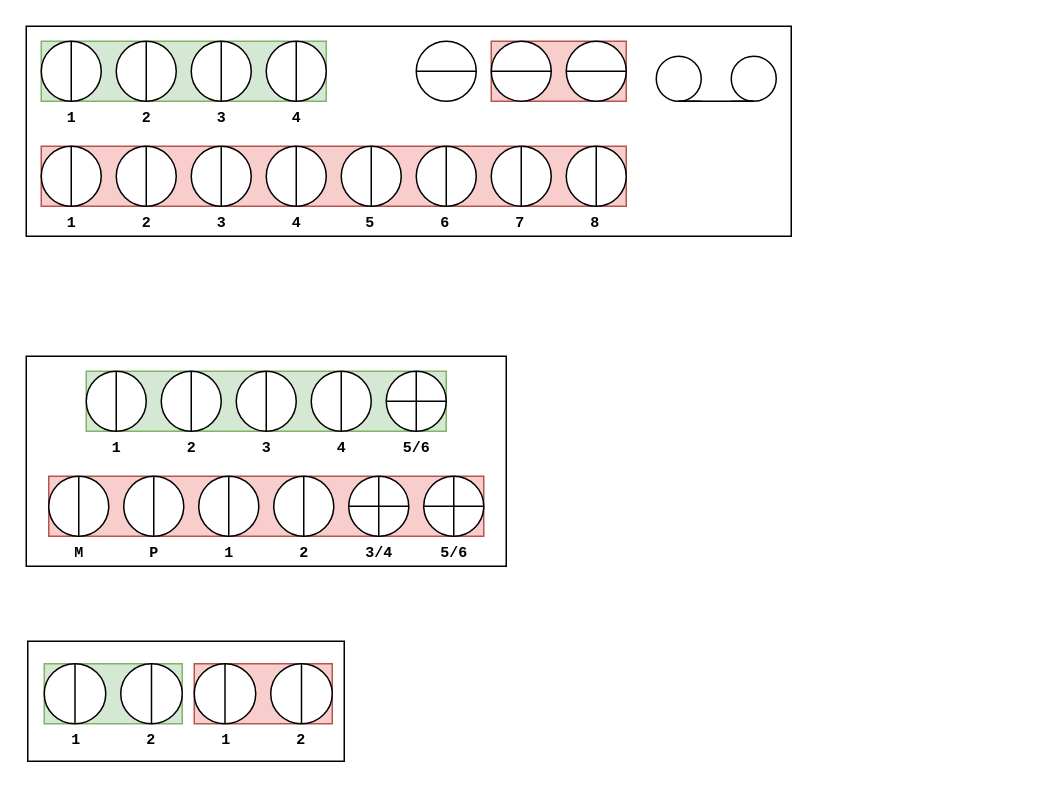
The draw.io diagram mixtape.drawio in pfig/transmission, before the edit. Source tidied: cells renumbered, new cells numbered last; positions are measured from the earlier drawing's top-left corner, leaving out a move shared by most shapes. Both pictures are drawn from the tidied source at 150%, with x=0, y=0 at pixel (26, 26).
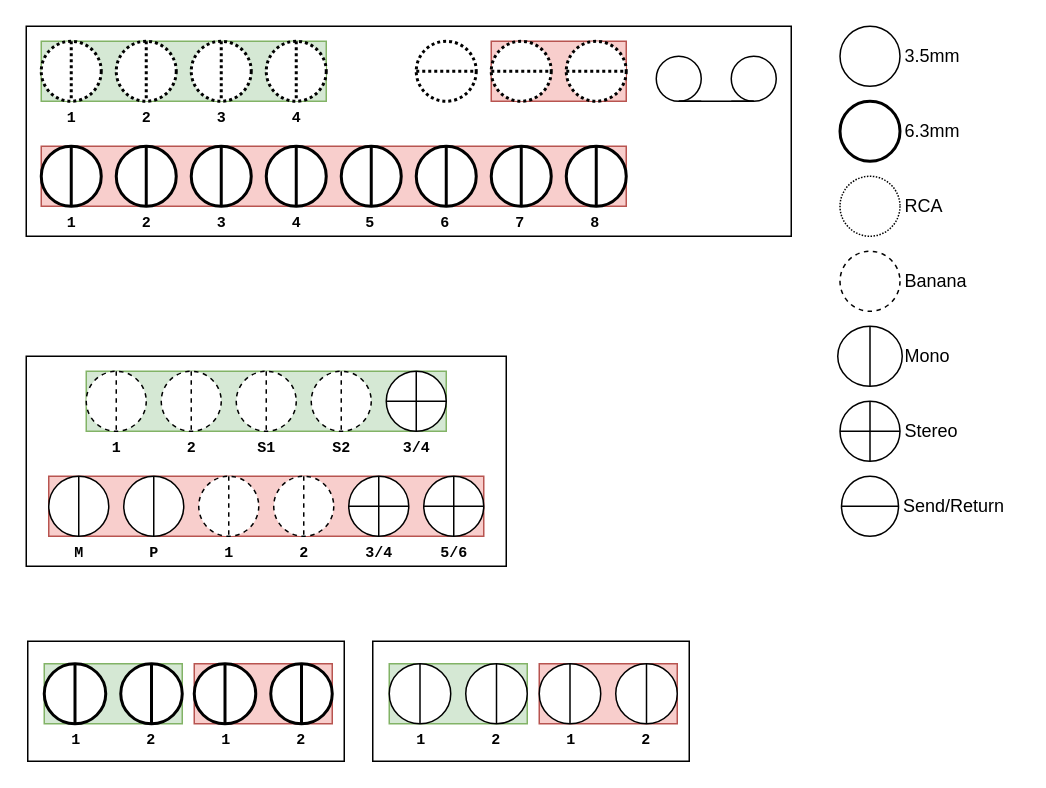
The same diagram, later.

Commit message:
Different types of jacks

Unchanged cells that the change refers to:
```xml
<mxCell id="4" style="group;" parent="2" vertex="1">
  <mxGeometry x="10" y="10" width="490" height="130" as="geometry" />
</mxCell>
<mxCell id="10" style="group;fillColor=#f8cecc;strokeColor=#b85450;" parent="4" vertex="1">
  <mxGeometry x="300" width="90" height="40" as="geometry" />
</mxCell>
<mxCell id="15" style="group;fillColor=#d5e8d4;strokeColor=#82b366;" parent="13" vertex="1">
  <mxGeometry width="190" height="40" as="geometry" />
</mxCell>
<mxCell id="24" style="group;fillColor=#f8cecc;strokeColor=#b85450;" parent="23" vertex="1">
  <mxGeometry width="390" height="40" as="geometry" />
</mxCell>
<mxCell id="50" style="group;fillColor=#f8cecc;strokeColor=#b85450;" parent="43" vertex="1">
  <mxGeometry width="290" height="40" as="geometry" />
</mxCell>
<mxCell id="57" style="group;" parent="41" vertex="1">
  <mxGeometry x="40" y="10" width="240" height="60" as="geometry" />
</mxCell>
<mxCell id="63" style="group;fillColor=#d5e8d4;strokeColor=#82b366;" parent="57" vertex="1">
  <mxGeometry width="240" height="40" as="geometry" />
</mxCell>
<mxCell id="73" style="group;fillColor=#d5e8d4;strokeColor=#82b366;" parent="72" vertex="1">
  <mxGeometry width="92" height="40" as="geometry" />
</mxCell>
<mxCell id="79" style="group;fillColor=#f8cecc;strokeColor=#b85450;" parent="78" vertex="1">
  <mxGeometry width="92" height="40" as="geometry" />
</mxCell>
```

What changed in the source:
```diff
@@
-    <mxCell id="9" style="shape=lineEllipse;line=horizontal;perimeter=ellipsePerimeter;whiteSpace=wrap;html=1;backgroundOutline=1;" parent="4" vertex="1">
+    <mxCell id="9" style="shape=lineEllipse;line=horizontal;perimeter=ellipsePerimeter;whiteSpace=wrap;html=1;backgroundOutline=1;strokeWidth=2;dashed=1;dashPattern=1 1;" parent="4" vertex="1">
       <mxGeometry x="250" width="40" height="40" as="geometry" />
     </mxCell>
@@
-    <mxCell id="11" style="shape=lineEllipse;line=horizontal;perimeter=ellipsePerimeter;whiteSpace=wrap;html=1;backgroundOutline=1;" parent="10" vertex="1">
+    <mxCell id="11" style="shape=lineEllipse;line=horizontal;perimeter=ellipsePerimeter;whiteSpace=wrap;html=1;backgroundOutline=1;strokeWidth=2;dashed=1;dashPattern=1 1;" parent="10" vertex="1">
       <mxGeometry x="50" width="40" height="40" as="geometry" />
     </mxCell>
-    <mxCell id="12" style="shape=lineEllipse;line=horizontal;perimeter=ellipsePerimeter;whiteSpace=wrap;html=1;backgroundOutline=1;" parent="10" vertex="1">
+    <mxCell id="12" style="shape=lineEllipse;line=horizontal;perimeter=ellipsePerimeter;whiteSpace=wrap;html=1;backgroundOutline=1;strokeWidth=2;dashed=1;dashPattern=1 1;" parent="10" vertex="1">
       <mxGeometry width="40" height="40" as="geometry" />
     </mxCell>
@@
-    <mxCell id="16" style="shape=lineEllipse;line=vertical;perimeter=ellipsePerimeter;whiteSpace=wrap;html=1;backgroundOutline=1;" parent="15" vertex="1">
+    <mxCell id="16" style="shape=lineEllipse;line=vertical;perimeter=ellipsePerimeter;whiteSpace=wrap;html=1;backgroundOutline=1;strokeWidth=2;dashed=1;dashPattern=1 1;" parent="15" vertex="1">
       <mxGeometry width="40" height="40" as="geometry" />
     </mxCell>
-    <mxCell id="17" style="shape=lineEllipse;line=vertical;perimeter=ellipsePerimeter;whiteSpace=wrap;html=1;backgroundOutline=1;" parent="15" vertex="1">
+    <mxCell id="17" style="shape=lineEllipse;line=vertical;perimeter=ellipsePerimeter;whiteSpace=wrap;html=1;backgroundOutline=1;strokeWidth=2;dashed=1;dashPattern=1 1;" parent="15" vertex="1">
       <mxGeometry x="50" width="40" height="40" as="geometry" />
     </mxCell>
-    <mxCell id="18" style="shape=lineEllipse;line=vertical;perimeter=ellipsePerimeter;whiteSpace=wrap;html=1;backgroundOutline=1;" parent="15" vertex="1">
+    <mxCell id="18" style="shape=lineEllipse;line=vertical;perimeter=ellipsePerimeter;whiteSpace=wrap;html=1;backgroundOutline=1;strokeWidth=2;dashed=1;dashPattern=1 1;" parent="15" vertex="1">
       <mxGeometry x="100" width="40" height="40" as="geometry" />
     </mxCell>
-    <mxCell id="19" style="shape=lineEllipse;line=vertical;perimeter=ellipsePerimeter;whiteSpace=wrap;html=1;backgroundOutline=1;" parent="15" vertex="1">
+    <mxCell id="19" style="shape=lineEllipse;line=vertical;perimeter=ellipsePerimeter;whiteSpace=wrap;html=1;backgroundOutline=1;strokeWidth=2;dashed=1;dashPattern=1 1;" parent="15" vertex="1">
       <mxGeometry x="150" width="40" height="40" as="geometry" />
     </mxCell>
@@
-    <mxCell id="25" style="shape=lineEllipse;line=vertical;perimeter=ellipsePerimeter;whiteSpace=wrap;html=1;backgroundOutline=1;" parent="24" vertex="1">
+    <mxCell id="25" style="shape=lineEllipse;line=vertical;perimeter=ellipsePerimeter;whiteSpace=wrap;html=1;backgroundOutline=1;strokeWidth=2;" parent="24" vertex="1">
       <mxGeometry width="40" height="40" as="geometry" />
     </mxCell>
-    <mxCell id="26" style="shape=lineEllipse;line=vertical;perimeter=ellipsePerimeter;whiteSpace=wrap;html=1;backgroundOutline=1;" parent="24" vertex="1">
+    <mxCell id="26" style="shape=lineEllipse;line=vertical;perimeter=ellipsePerimeter;whiteSpace=wrap;html=1;backgroundOutline=1;strokeWidth=2;" parent="24" vertex="1">
       <mxGeometry x="50" width="40" height="40" as="geometry" />
     </mxCell>
-    <mxCell id="27" style="shape=lineEllipse;line=vertical;perimeter=ellipsePerimeter;whiteSpace=wrap;html=1;backgroundOutline=1;" parent="24" vertex="1">
+    <mxCell id="27" style="shape=lineEllipse;line=vertical;perimeter=ellipsePerimeter;whiteSpace=wrap;html=1;backgroundOutline=1;strokeWidth=2;" parent="24" vertex="1">
       <mxGeometry x="100" width="40" height="40" as="geometry" />
     </mxCell>
-    <mxCell id="28" style="shape=lineEllipse;line=vertical;perimeter=ellipsePerimeter;whiteSpace=wrap;html=1;backgroundOutline=1;" parent="24" vertex="1">
+    <mxCell id="28" style="shape=lineEllipse;line=vertical;perimeter=ellipsePerimeter;whiteSpace=wrap;html=1;backgroundOutline=1;strokeWidth=2;" parent="24" vertex="1">
       <mxGeometry x="350" width="40" height="40" as="geometry" />
     </mxCell>
-    <mxCell id="29" style="shape=lineEllipse;line=vertical;perimeter=ellipsePerimeter;whiteSpace=wrap;html=1;backgroundOutline=1;" parent="24" vertex="1">
+    <mxCell id="29" style="shape=lineEllipse;line=vertical;perimeter=ellipsePerimeter;whiteSpace=wrap;html=1;backgroundOutline=1;strokeWidth=2;" parent="24" vertex="1">
       <mxGeometry x="150" width="40" height="40" as="geometry" />
     </mxCell>
-    <mxCell id="30" style="shape=lineEllipse;line=vertical;perimeter=ellipsePerimeter;whiteSpace=wrap;html=1;backgroundOutline=1;" parent="24" vertex="1">
+    <mxCell id="30" style="shape=lineEllipse;line=vertical;perimeter=ellipsePerimeter;whiteSpace=wrap;html=1;backgroundOutline=1;strokeWidth=2;" parent="24" vertex="1">
       <mxGeometry x="300" width="40" height="40" as="geometry" />
     </mxCell>
-    <mxCell id="31" style="shape=lineEllipse;line=vertical;perimeter=ellipsePerimeter;whiteSpace=wrap;html=1;backgroundOutline=1;" parent="24" vertex="1">
+    <mxCell id="31" style="shape=lineEllipse;line=vertical;perimeter=ellipsePerimeter;whiteSpace=wrap;html=1;backgroundOutline=1;strokeWidth=2;" parent="24" vertex="1">
       <mxGeometry x="250" width="40" height="40" as="geometry" />
     </mxCell>
-    <mxCell id="32" style="shape=lineEllipse;line=vertical;perimeter=ellipsePerimeter;whiteSpace=wrap;html=1;backgroundOutline=1;" parent="24" vertex="1">
+    <mxCell id="32" style="shape=lineEllipse;line=vertical;perimeter=ellipsePerimeter;whiteSpace=wrap;html=1;backgroundOutline=1;strokeWidth=2;" parent="24" vertex="1">
       <mxGeometry x="200" width="40" height="40" as="geometry" />
     </mxCell>
@@
-    <mxCell id="55" style="shape=lineEllipse;line=vertical;perimeter=ellipsePerimeter;whiteSpace=wrap;html=1;backgroundOutline=1;" parent="50" vertex="1">
+    <mxCell id="55" style="shape=lineEllipse;line=vertical;perimeter=ellipsePerimeter;whiteSpace=wrap;html=1;backgroundOutline=1;dashed=1;" parent="50" vertex="1">
       <mxGeometry x="100" width="40" height="40" as="geometry" />
     </mxCell>
-    <mxCell id="56" style="shape=lineEllipse;line=vertical;perimeter=ellipsePerimeter;whiteSpace=wrap;html=1;backgroundOutline=1;" parent="50" vertex="1">
+    <mxCell id="56" style="shape=lineEllipse;line=vertical;perimeter=ellipsePerimeter;whiteSpace=wrap;html=1;backgroundOutline=1;dashed=1;" parent="50" vertex="1">
       <mxGeometry x="150" width="40" height="40" as="geometry" />
     </mxCell>
@@
-    <mxCell id="59" value="&lt;font style=&quot;font-size: 10px&quot; face=&quot;Courier New&quot;&gt;&lt;b&gt;5/6&lt;/b&gt;&lt;/font&gt;" style="text;html=1;align=center;verticalAlign=middle;fillColor=none;strokeColor=none;rounded=0;" parent="57" vertex="1">
+    <mxCell id="59" value="&lt;font style=&quot;font-size: 10px&quot; face=&quot;Courier New&quot;&gt;&lt;b&gt;3/4&lt;/b&gt;&lt;/font&gt;" style="text;html=1;align=center;verticalAlign=middle;fillColor=none;strokeColor=none;rounded=0;" parent="57" vertex="1">
       <mxGeometry x="205" y="40" width="30" height="20" as="geometry" />
     </mxCell>
@@
-    <mxCell id="61" value="&lt;font style=&quot;font-size: 10px&quot;&gt;&lt;b&gt;&lt;font style=&quot;font-size: 10px&quot; face=&quot;Courier New&quot;&gt;3&lt;/font&gt;&lt;/b&gt;&lt;/font&gt;" style="text;html=1;align=center;verticalAlign=middle;fillColor=none;strokeColor=none;rounded=0;" parent="57" vertex="1">
-      <mxGeometry x="110" y="40" width="20" height="20" as="geometry" />
+    <mxCell id="61" value="&lt;font style=&quot;font-size: 10px&quot; face=&quot;Courier New&quot;&gt;&lt;b&gt;S1&lt;/b&gt;&lt;/font&gt;" style="text;html=1;align=center;verticalAlign=middle;fillColor=none;strokeColor=none;rounded=0;" parent="57" vertex="1">
+      <mxGeometry x="105" y="40" width="30" height="20" as="geometry" />
     </mxCell>
-    <mxCell id="62" value="&lt;font style=&quot;font-size: 10px&quot; face=&quot;Courier New&quot;&gt;&lt;b&gt;4&lt;/b&gt;&lt;/font&gt;" style="text;html=1;align=center;verticalAlign=middle;fillColor=none;strokeColor=none;rounded=0;" parent="57" vertex="1">
-      <mxGeometry x="160" y="40" width="20" height="20" as="geometry" />
+    <mxCell id="62" value="&lt;font style=&quot;font-size: 10px&quot; face=&quot;Courier New&quot;&gt;&lt;b&gt;S2&lt;/b&gt;&lt;/font&gt;" style="text;html=1;align=center;verticalAlign=middle;fillColor=none;strokeColor=none;rounded=0;" parent="57" vertex="1">
+      <mxGeometry x="155" y="40" width="30" height="20" as="geometry" />
     </mxCell>
@@
-    <mxCell id="65" style="shape=lineEllipse;line=vertical;perimeter=ellipsePerimeter;whiteSpace=wrap;html=1;backgroundOutline=1;" parent="63" vertex="1">
+    <mxCell id="65" style="shape=lineEllipse;line=vertical;perimeter=ellipsePerimeter;whiteSpace=wrap;html=1;backgroundOutline=1;dashed=1;" parent="63" vertex="1">
       <mxGeometry width="40" height="40" as="geometry" />
     </mxCell>
-    <mxCell id="66" style="shape=lineEllipse;line=vertical;perimeter=ellipsePerimeter;whiteSpace=wrap;html=1;backgroundOutline=1;" parent="63" vertex="1">
+    <mxCell id="66" style="shape=lineEllipse;line=vertical;perimeter=ellipsePerimeter;whiteSpace=wrap;html=1;backgroundOutline=1;dashed=1;" parent="63" vertex="1">
       <mxGeometry x="50" width="40" height="40" as="geometry" />
     </mxCell>
-    <mxCell id="67" style="shape=lineEllipse;line=vertical;perimeter=ellipsePerimeter;whiteSpace=wrap;html=1;backgroundOutline=1;" parent="63" vertex="1">
+    <mxCell id="67" style="shape=lineEllipse;line=vertical;perimeter=ellipsePerimeter;whiteSpace=wrap;html=1;backgroundOutline=1;dashed=1;" parent="63" vertex="1">
       <mxGeometry x="100" width="40" height="40" as="geometry" />
     </mxCell>
-    <mxCell id="68" style="shape=lineEllipse;line=vertical;perimeter=ellipsePerimeter;whiteSpace=wrap;html=1;backgroundOutline=1;" parent="63" vertex="1">
+    <mxCell id="68" style="shape=lineEllipse;line=vertical;perimeter=ellipsePerimeter;whiteSpace=wrap;html=1;backgroundOutline=1;dashed=1;" parent="63" vertex="1">
       <mxGeometry x="150" width="40" height="40" as="geometry" />
     </mxCell>
@@
-    <mxCell id="74" style="shape=lineEllipse;line=vertical;perimeter=ellipsePerimeter;whiteSpace=wrap;html=1;backgroundOutline=1;" parent="73" vertex="1">
+    <mxCell id="74" style="shape=lineEllipse;line=vertical;perimeter=ellipsePerimeter;whiteSpace=wrap;html=1;backgroundOutline=1;strokeWidth=2;" parent="73" vertex="1">
       <mxGeometry width="41" height="40" as="geometry" />
     </mxCell>
-    <mxCell id="75" style="shape=lineEllipse;line=vertical;perimeter=ellipsePerimeter;whiteSpace=wrap;html=1;backgroundOutline=1;" parent="73" vertex="1">
+    <mxCell id="75" style="shape=lineEllipse;line=vertical;perimeter=ellipsePerimeter;whiteSpace=wrap;html=1;backgroundOutline=1;strokeWidth=2;" parent="73" vertex="1">
       <mxGeometry x="51" width="41" height="40" as="geometry" />
     </mxCell>
@@
-    <mxCell id="80" style="shape=lineEllipse;line=vertical;perimeter=ellipsePerimeter;whiteSpace=wrap;html=1;backgroundOutline=1;" parent="79" vertex="1">
+    <mxCell id="80" style="shape=lineEllipse;line=vertical;perimeter=ellipsePerimeter;whiteSpace=wrap;html=1;backgroundOutline=1;strokeWidth=2;" parent="79" vertex="1">
       <mxGeometry width="41" height="40" as="geometry" />
     </mxCell>
-    <mxCell id="81" style="shape=lineEllipse;line=vertical;perimeter=ellipsePerimeter;whiteSpace=wrap;html=1;backgroundOutline=1;" parent="79" vertex="1">
+    <mxCell id="81" style="shape=lineEllipse;line=vertical;perimeter=ellipsePerimeter;whiteSpace=wrap;html=1;backgroundOutline=1;strokeWidth=2;" parent="79" vertex="1">
       <mxGeometry x="51" width="41" height="40" as="geometry" />
     </mxCell>
@@
+    <mxCell id="84" style="group;" parent="1" vertex="1">
+      <mxGeometry x="231" y="410" width="211" height="80" as="geometry" />
+    </mxCell>
+    <mxCell id="85" style="rounded=0;whiteSpace=wrap;html=1;" parent="84" vertex="1">
+      <mxGeometry width="211" height="80" as="geometry" />
+    </mxCell>
+    <mxCell id="86" style="group;" parent="84" vertex="1">
+      <mxGeometry x="11" y="15" width="192" height="60" as="geometry" />
+    </mxCell>
+    <mxCell id="87" style="group;" parent="86" vertex="1">
+      <mxGeometry width="92" height="60" as="geometry" />
+    </mxCell>
+    <mxCell id="88" style="group;fillColor=#d5e8d4;strokeColor=#82b366;" parent="87" vertex="1">
+      <mxGeometry width="92" height="40" as="geometry" />
+    </mxCell>
+    <mxCell id="89" style="shape=lineEllipse;line=vertical;perimeter=ellipsePerimeter;whiteSpace=wrap;html=1;backgroundOutline=1;strokeWidth=1;" parent="88" vertex="1">
+      <mxGeometry width="41" height="40" as="geometry" />
+    </mxCell>
+    <mxCell id="90" style="shape=lineEllipse;line=vertical;perimeter=ellipsePerimeter;whiteSpace=wrap;html=1;backgroundOutline=1;strokeWidth=1;" parent="88" vertex="1">
+      <mxGeometry x="51" width="41" height="40" as="geometry" />
+    </mxCell>
+    <mxCell id="91" value="&lt;font style=&quot;font-size: 10px&quot; face=&quot;Courier New&quot;&gt;&lt;b&gt;1&lt;/b&gt;&lt;/font&gt;" style="text;html=1;align=center;verticalAlign=middle;fillColor=none;strokeColor=none;rounded=0;" parent="87" vertex="1">
+      <mxGeometry x="11" y="40" width="20" height="20" as="geometry" />
+    </mxCell>
+    <mxCell id="92" value="&lt;font style=&quot;font-size: 10px&quot; face=&quot;Courier New&quot;&gt;&lt;b&gt;2&lt;/b&gt;&lt;/font&gt;" style="text;html=1;align=center;verticalAlign=middle;fillColor=none;strokeColor=none;rounded=0;" parent="87" vertex="1">
+      <mxGeometry x="61" y="40" width="20" height="20" as="geometry" />
+    </mxCell>
+    <mxCell id="93" style="group;" parent="86" vertex="1">
+      <mxGeometry x="100" width="92" height="60" as="geometry" />
+    </mxCell>
+    <mxCell id="94" style="group;fillColor=#f8cecc;strokeColor=#b85450;" parent="93" vertex="1">
+      <mxGeometry width="92" height="40" as="geometry" />
+    </mxCell>
+    <mxCell id="95" style="shape=lineEllipse;line=vertical;perimeter=ellipsePerimeter;whiteSpace=wrap;html=1;backgroundOutline=1;strokeWidth=1;" parent="94" vertex="1">
+      <mxGeometry width="41" height="40" as="geometry" />
+    </mxCell>
+    <mxCell id="96" style="shape=lineEllipse;line=vertical;perimeter=ellipsePerimeter;whiteSpace=wrap;html=1;backgroundOutline=1;strokeWidth=1;" parent="94" vertex="1">
+      <mxGeometry x="51" width="41" height="40" as="geometry" />
+    </mxCell>
+    <mxCell id="97" value="&lt;font style=&quot;font-size: 10px&quot; face=&quot;Courier New&quot;&gt;&lt;b&gt;1&lt;/b&gt;&lt;/font&gt;" style="text;html=1;align=center;verticalAlign=middle;fillColor=none;strokeColor=none;rounded=0;" parent="93" vertex="1">
+      <mxGeometry x="11" y="40" width="20" height="20" as="geometry" />
+    </mxCell>
+    <mxCell id="98" value="&lt;font style=&quot;font-size: 10px&quot; face=&quot;Courier New&quot;&gt;&lt;b&gt;2&lt;/b&gt;&lt;/font&gt;" style="text;html=1;align=center;verticalAlign=middle;fillColor=none;strokeColor=none;rounded=0;" parent="93" vertex="1">
+      <mxGeometry x="61" y="40" width="20" height="20" as="geometry" />
+    </mxCell>
+    <mxCell id="99" style="group;" parent="1" vertex="1">
+      <mxGeometry x="541" width="121.5" height="340" as="geometry" />
+    </mxCell>
+    <mxCell id="100" style="ellipse;whiteSpace=wrap;html=1;strokeWidth=1;" parent="99" vertex="1">
+      <mxGeometry x="1.5" width="40" height="40" as="geometry" />
+    </mxCell>
+    <mxCell id="101" style="ellipse;whiteSpace=wrap;html=1;strokeWidth=1;dashed=1;dashPattern=1 1;" parent="99" vertex="1">
+      <mxGeometry x="1.5" y="100" width="40" height="40" as="geometry" />
+    </mxCell>
+    <mxCell id="102" style="ellipse;whiteSpace=wrap;html=1;strokeWidth=1;dashed=1;" parent="99" vertex="1">
+      <mxGeometry x="1.5" y="150" width="40" height="40" as="geometry" />
+    </mxCell>
+    <mxCell id="103" style="ellipse;whiteSpace=wrap;html=1;strokeWidth=2;" parent="99" vertex="1">
+      <mxGeometry x="1.5" y="50" width="40" height="40" as="geometry" />
+    </mxCell>
+    <mxCell id="104" value="&lt;div&gt;3.5mm&lt;/div&gt;" style="text;html=1;align=left;verticalAlign=middle;fillColor=none;strokeColor=none;rounded=0;dashed=1;" parent="99" vertex="1">
+      <mxGeometry x="43" y="10" width="50" height="20" as="geometry" />
+    </mxCell>
+    <mxCell id="105" value="&lt;div&gt;6.3mm&lt;/div&gt;" style="text;html=1;align=left;verticalAlign=middle;fillColor=none;strokeColor=none;rounded=0;dashed=1;" parent="99" vertex="1">
+      <mxGeometry x="43" y="60" width="50" height="20" as="geometry" />
+    </mxCell>
+    <mxCell id="106" value="RCA" style="text;html=1;align=left;verticalAlign=middle;fillColor=none;strokeColor=none;rounded=0;dashed=1;" parent="99" vertex="1">
+      <mxGeometry x="43" y="110" width="40" height="20" as="geometry" />
+    </mxCell>
+    <mxCell id="107" value="Banana" style="text;html=1;align=left;verticalAlign=middle;fillColor=none;strokeColor=none;rounded=0;dashed=1;" parent="99" vertex="1">
+      <mxGeometry x="43" y="160" width="60" height="20" as="geometry" />
+    </mxCell>
+    <mxCell id="108" value="Mono" style="text;html=1;align=left;verticalAlign=middle;fillColor=none;strokeColor=none;rounded=0;dashed=1;" parent="99" vertex="1">
+      <mxGeometry x="43" y="210" width="50" height="20" as="geometry" />
+    </mxCell>
+    <mxCell id="109" style="shape=lineEllipse;line=vertical;perimeter=ellipsePerimeter;whiteSpace=wrap;html=1;backgroundOutline=1;strokeWidth=1;align=left;" parent="99" vertex="1">
+      <mxGeometry y="200" width="43" height="40" as="geometry" />
+    </mxCell>
+    <mxCell id="110" style="shape=orEllipse;perimeter=ellipsePerimeter;whiteSpace=wrap;html=1;backgroundOutline=1;strokeWidth=1;align=left;" parent="99" vertex="1">
+      <mxGeometry x="1.5" y="250" width="40" height="40" as="geometry" />
+    </mxCell>
+    <mxCell id="111" value="Stereo" style="text;html=1;align=left;verticalAlign=middle;fillColor=none;strokeColor=none;rounded=0;dashed=1;" parent="99" vertex="1">
+      <mxGeometry x="43" y="260" width="50" height="20" as="geometry" />
+    </mxCell>
+    <mxCell id="112" style="shape=lineEllipse;perimeter=ellipsePerimeter;whiteSpace=wrap;html=1;backgroundOutline=1;strokeWidth=1;align=left;" parent="99" vertex="1">
+      <mxGeometry x="2.5" y="300" width="38" height="40" as="geometry" />
+    </mxCell>
+    <mxCell id="113" value="Send/Return" style="text;html=1;align=left;verticalAlign=middle;fillColor=none;strokeColor=none;rounded=0;dashed=1;" parent="99" vertex="1">
+      <mxGeometry x="41.5" y="310" width="80" height="20" as="geometry" />
+    </mxCell>
```
